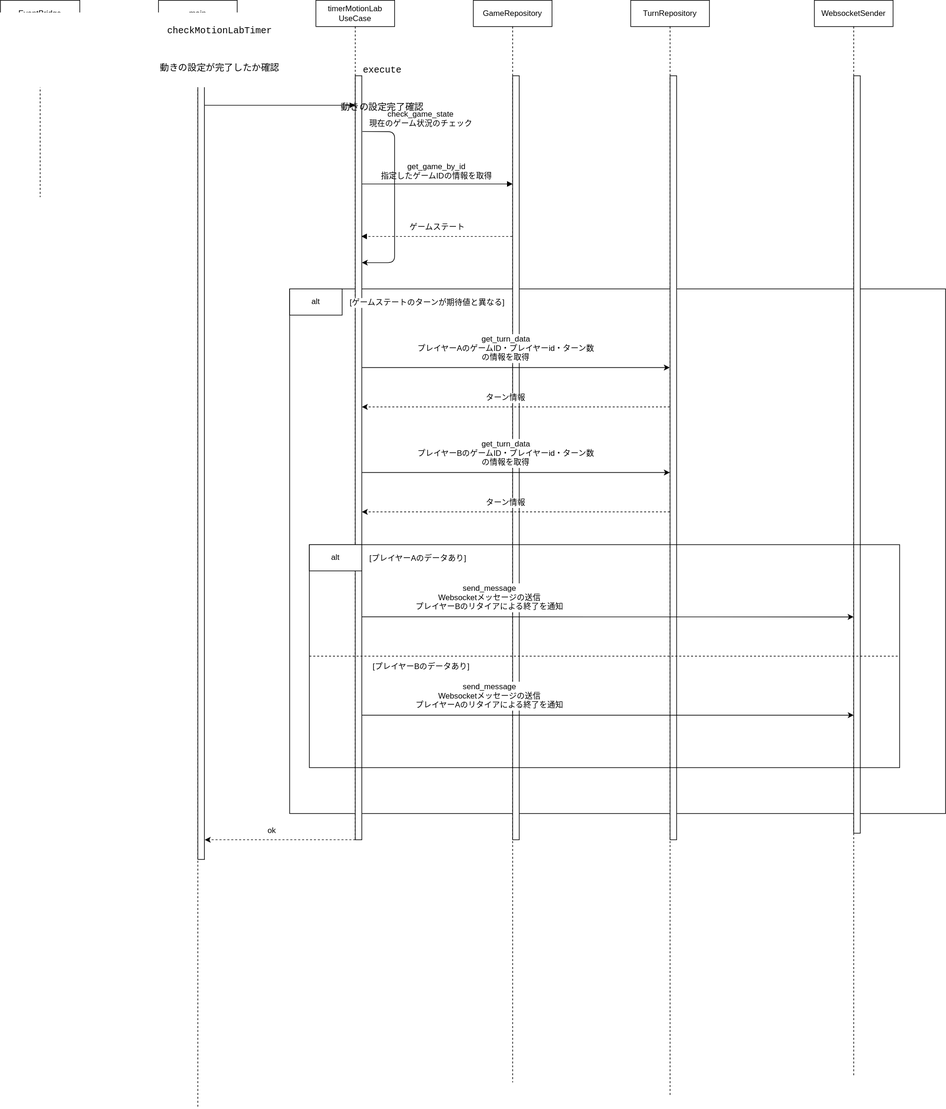
The draw.io diagram docs/03_詳細設計/シーケンス図/動きの設定締切タイマー.drawio.svg in pandapan-cute/TriggerGameCompose, before a commit. Source tidied: cells renumbered, new cells last; positions are measured from the earlier drawing's top-left corner, leaving out a move shared by most shapes.
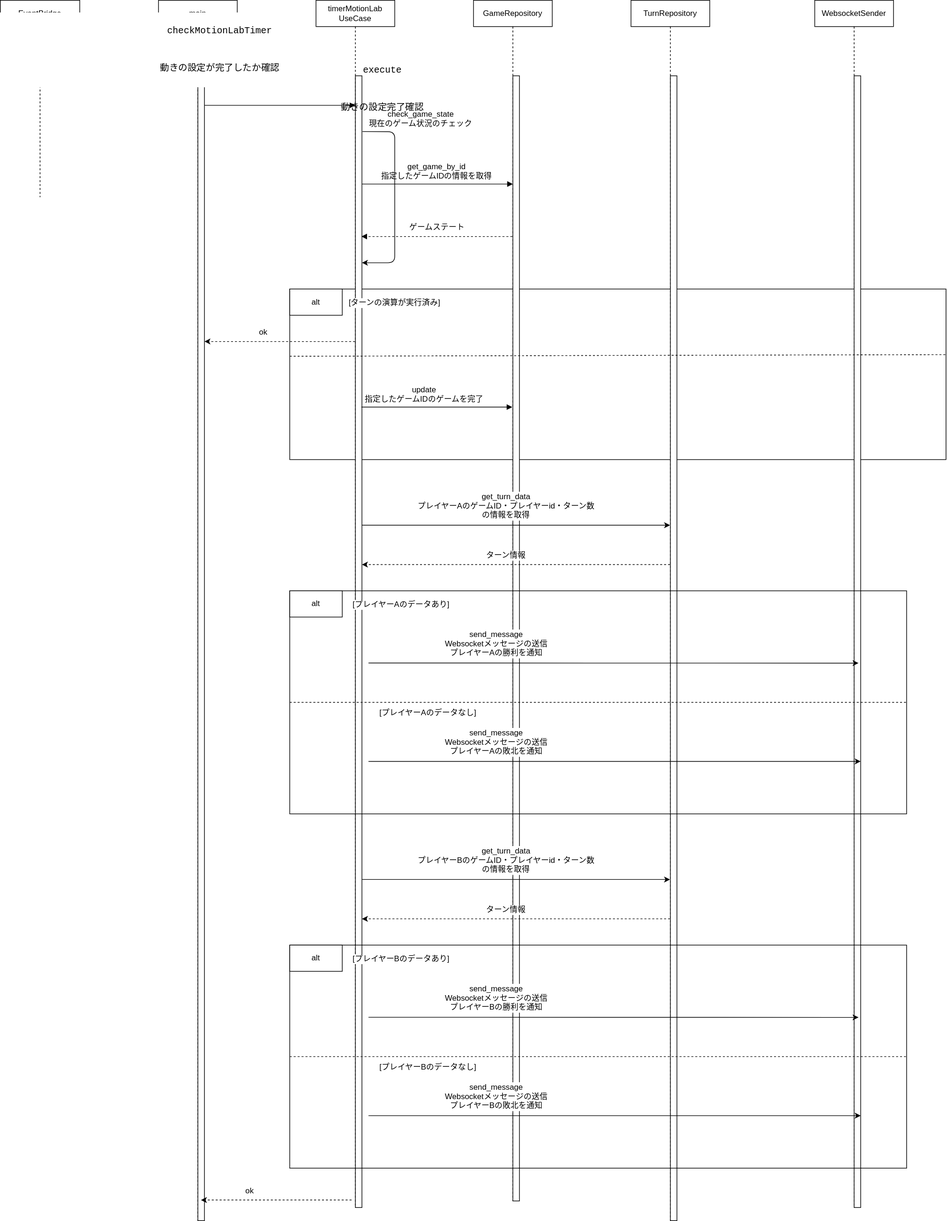
Later version of the same file.

Diff of the diagram source:
```diff
@@ -3,7 +3,7 @@
     <mxCell id="0" />
     <mxCell id="1" parent="0" />
     <mxCell id="2" style="rounded=0;whiteSpace=wrap;html=1;" parent="1" vertex="1">
-      <mxGeometry x="441" y="440" width="1000" height="800" as="geometry" />
+      <mxGeometry x="441" y="440" width="1000" height="260" as="geometry" />
     </mxCell>
     <mxCell id="3" value="alt" style="rounded=0;whiteSpace=wrap;html=1;" parent="1" vertex="1">
       <mxGeometry x="441" y="440" width="80" height="40" as="geometry" />
@@ -12,10 +12,10 @@
       <mxGeometry width="121" height="300" as="geometry" />
     </mxCell>
     <mxCell id="5" value="main" style="shape=umlLifeline;perimeter=lifelinePerimeter;whiteSpace=wrap;html=1;newEdgeStyle={&quot;edgeStyle&quot;:&quot;elbowEdgeStyle&quot;,&quot;elbow&quot;:&quot;vertical&quot;,&quot;curved&quot;:0,&quot;rounded&quot;:0};" parent="1" vertex="1">
-      <mxGeometry x="241" width="120" height="1690" as="geometry" />
+      <mxGeometry x="241" width="120" height="1860" as="geometry" />
     </mxCell>
     <mxCell id="6" style="html=1;points=[[0,0,0,0,5],[0,1,0,0,-5],[1,0,0,0,5],[1,1,0,0,-5]];perimeter=orthogonalPerimeter;outlineConnect=0;targetShapes=umlLifeline;portConstraint=eastwest;newEdgeStyle={&quot;curved&quot;:0,&quot;rounded&quot;:0};" parent="5" vertex="1">
-      <mxGeometry x="60" y="90" width="10" height="1220" as="geometry" />
+      <mxGeometry x="60" y="90" width="10" height="1770" as="geometry" />
     </mxCell>
     <mxCell id="7" style="html=1;verticalAlign=bottom;startArrow=oval;endArrow=block;startSize=8;curved=0;rounded=0;entryX=0;entryY=0;entryDx=0;entryDy=5;" parent="1" edge="1" source="4" target="6">
       <mxGeometry relative="1" as="geometry" />
@@ -24,10 +24,10 @@
       <mxGeometry x="61" y="50" width="210" height="50" as="geometry" />
     </mxCell>
     <mxCell id="9" value="timerMotionLab&#10;UseCase" style="shape=umlLifeline;perimeter=lifelinePerimeter;whiteSpace=wrap;newEdgeStyle={&quot;edgeStyle&quot;:&quot;elbowEdgeStyle&quot;,&quot;elbow&quot;:&quot;vertical&quot;,&quot;curved&quot;:0,&quot;rounded&quot;:0};" parent="1" vertex="1">
-      <mxGeometry x="481" width="120" height="1280" as="geometry" />
+      <mxGeometry x="481" width="120" height="1840" as="geometry" />
     </mxCell>
     <mxCell id="10" style="html=1;points=[[0,0,0,0,5],[0,1,0,0,-5],[1,0,0,0,5],[1,1,0,0,-5]];perimeter=orthogonalPerimeter;outlineConnect=0;targetShapes=umlLifeline;portConstraint=eastwest;newEdgeStyle={&quot;curved&quot;:0,&quot;rounded&quot;:0};" parent="9" vertex="1">
-      <mxGeometry x="60" y="115" width="10" height="1165" as="geometry" />
+      <mxGeometry x="60" y="115" width="10" height="1725" as="geometry" />
     </mxCell>
     <mxCell id="11" value="&lt;div style=&quot;font-family: &amp;quot;Droid Sans Mono&amp;quot;, monospace; font-size: 14px; line-height: 19px; white-space-collapse: preserve;&quot;&gt;execute&lt;/div&gt;&lt;div style=&quot;font-family: &amp;quot;Droid Sans Mono&amp;quot;, monospace; font-size: 14px; line-height: 19px; white-space-collapse: preserve;&quot;&gt;動きの設定完了確認&lt;/div&gt;" style="text;html=1;align=center;verticalAlign=middle;strokeColor=none;fillColor=none;fontColor=default;labelBackgroundColor=none;" parent="1" vertex="1">
       <mxGeometry x="339" y="110" width="150" height="50" as="geometry" />
@@ -38,10 +38,10 @@
       </mxGeometry>
     </mxCell>
     <mxCell id="13" value="GameRepository" style="shape=umlLifeline;perimeter=lifelinePerimeter;whiteSpace=wrap;newEdgeStyle={&quot;edgeStyle&quot;:&quot;elbowEdgeStyle&quot;,&quot;elbow&quot;:&quot;vertical&quot;,&quot;curved&quot;:0,&quot;rounded&quot;:0};" parent="1" vertex="1">
-      <mxGeometry x="721" width="120" height="1650" as="geometry" />
+      <mxGeometry x="721" width="120" height="1830" as="geometry" />
     </mxCell>
     <mxCell id="14" style="html=1;perimeter=orthogonalPerimeter;targetShapes=umlLifeline;newEdgeStyle={&quot;curved&quot;:0,&quot;rounded&quot;:0};" parent="13" vertex="1">
-      <mxGeometry x="60" y="115" width="10" height="1165" as="geometry" />
+      <mxGeometry x="60" y="115" width="10" height="1715" as="geometry" />
     </mxCell>
     <mxCell id="15" style="html=1;verticalAlign=bottom;startArrow=none;endArrow=block;startSize=8;curved=0;rounded=0;startFill=0;" parent="1" edge="1">
       <mxGeometry relative="1" as="geometry">
@@ -73,96 +73,153 @@
     <mxCell id="20" value="ゲームステート" style="text;align=center;verticalAlign=middle;strokeColor=none;fillColor=none;fontColor=default;labelBackgroundColor=none;" parent="1" vertex="1">
       <mxGeometry x="611" y="330" width="110" height="30" as="geometry" />
     </mxCell>
-    <mxCell id="21" value="[ゲームステートのターンが期待値と異なる]" style="text;align=center;verticalAlign=middle;strokeColor=none;fillColor=none;fontColor=default;labelBackgroundColor=default;" parent="1" vertex="1">
-      <mxGeometry x="521" y="445" width="260" height="30" as="geometry" />
+    <mxCell id="21" value="[ターンの演算が実行済み]" style="text;align=center;verticalAlign=middle;strokeColor=none;fillColor=none;fontColor=default;labelBackgroundColor=default;" parent="1" vertex="1">
+      <mxGeometry x="521" y="445" width="160" height="30" as="geometry" />
     </mxCell>
     <mxCell id="22" value="WebsocketSender" style="shape=umlLifeline;perimeter=lifelinePerimeter;whiteSpace=wrap;newEdgeStyle={&quot;edgeStyle&quot;:&quot;elbowEdgeStyle&quot;,&quot;elbow&quot;:&quot;vertical&quot;,&quot;curved&quot;:0,&quot;rounded&quot;:0};" parent="1" vertex="1">
-      <mxGeometry x="1241" width="120" height="1640" as="geometry" />
+      <mxGeometry x="1241" width="120" height="1840" as="geometry" />
     </mxCell>
     <mxCell id="23" style="html=1;perimeter=orthogonalPerimeter;targetShapes=umlLifeline;newEdgeStyle={&quot;curved&quot;:0,&quot;rounded&quot;:0};" parent="22" vertex="1">
-      <mxGeometry x="60" y="115" width="10" height="1155" as="geometry" />
+      <mxGeometry x="60" y="115" width="10" height="1725" as="geometry" />
     </mxCell>
     <mxCell id="24" style="endArrow=classic;html=1;" parent="1" edge="1">
       <mxGeometry relative="1" as="geometry">
-        <mxPoint x="551" y="560" as="sourcePoint" />
-        <mxPoint x="1020.5" y="560" as="targetPoint" />
+        <mxPoint x="551" y="800" as="sourcePoint" />
+        <mxPoint x="1020.5" y="800" as="targetPoint" />
       </mxGeometry>
     </mxCell>
     <mxCell id="25" value="TurnRepository" style="shape=umlLifeline;perimeter=lifelinePerimeter;whiteSpace=wrap;newEdgeStyle={&quot;edgeStyle&quot;:&quot;elbowEdgeStyle&quot;,&quot;elbow&quot;:&quot;vertical&quot;,&quot;curved&quot;:0,&quot;rounded&quot;:0};" parent="1" vertex="1">
-      <mxGeometry x="961" width="120" height="1670" as="geometry" />
+      <mxGeometry x="961" width="120" height="1860" as="geometry" />
     </mxCell>
     <mxCell id="26" style="html=1;perimeter=orthogonalPerimeter;targetShapes=umlLifeline;newEdgeStyle={&quot;curved&quot;:0,&quot;rounded&quot;:0};" parent="25" vertex="1">
-      <mxGeometry x="60" y="115" width="10" height="1165" as="geometry" />
+      <mxGeometry x="60" y="115" width="10" height="1745" as="geometry" />
     </mxCell>
     <mxCell id="27" value="get_turn_data&#10;プレイヤーAのゲームID・プレイヤーid・ターン数&#10;の情報を取得" style="text;align=center;verticalAlign=middle;strokeColor=none;fillColor=none;fontColor=default;labelBackgroundColor=default;" parent="1" vertex="1">
-      <mxGeometry x="626" y="500" width="290" height="60" as="geometry" />
+      <mxGeometry x="626" y="740" width="290" height="60" as="geometry" />
     </mxCell>
     <mxCell id="28" style="endArrow=classic;html=1;dashed=1;" parent="1" edge="1">
       <mxGeometry relative="1" as="geometry">
-        <mxPoint x="1020.5" y="620" as="sourcePoint" />
-        <mxPoint x="551" y="620" as="targetPoint" />
+        <mxPoint x="1020.5" y="860" as="sourcePoint" />
+        <mxPoint x="551" y="860" as="targetPoint" />
       </mxGeometry>
     </mxCell>
     <mxCell id="29" value="ターン情報" style="text;align=center;verticalAlign=middle;strokeColor=none;fillColor=none;fontColor=default;labelBackgroundColor=default;" parent="1" vertex="1">
-      <mxGeometry x="731" y="590" width="80" height="30" as="geometry" />
+      <mxGeometry x="731" y="830" width="80" height="30" as="geometry" />
     </mxCell>
     <mxCell id="30" style="endArrow=classic;html=1;" parent="1" edge="1">
       <mxGeometry relative="1" as="geometry">
-        <mxPoint x="551" y="720" as="sourcePoint" />
-        <mxPoint x="1020.5" y="720" as="targetPoint" />
+        <mxPoint x="551" y="1340" as="sourcePoint" />
+        <mxPoint x="1020.5" y="1340" as="targetPoint" />
       </mxGeometry>
     </mxCell>
     <mxCell id="31" value="get_turn_data&#10;プレイヤーBのゲームID・プレイヤーid・ターン数&#10;の情報を取得" style="text;align=center;verticalAlign=middle;strokeColor=none;fillColor=none;fontColor=default;labelBackgroundColor=default;" parent="1" vertex="1">
-      <mxGeometry x="626" y="660" width="290" height="60" as="geometry" />
+      <mxGeometry x="626" y="1280" width="290" height="60" as="geometry" />
     </mxCell>
     <mxCell id="32" style="endArrow=classic;html=1;dashed=1;" parent="1" edge="1">
       <mxGeometry relative="1" as="geometry">
-        <mxPoint x="1020.5" y="780" as="sourcePoint" />
-        <mxPoint x="551" y="780" as="targetPoint" />
+        <mxPoint x="1020.5" y="1400" as="sourcePoint" />
+        <mxPoint x="551" y="1400" as="targetPoint" />
       </mxGeometry>
     </mxCell>
     <mxCell id="33" value="ターン情報" style="text;align=center;verticalAlign=middle;strokeColor=none;fillColor=none;fontColor=default;labelBackgroundColor=default;" parent="1" vertex="1">
-      <mxGeometry x="731" y="750" width="80" height="30" as="geometry" />
+      <mxGeometry x="731" y="1370" width="80" height="30" as="geometry" />
     </mxCell>
     <mxCell id="34" style="rounded=0;whiteSpace=wrap;html=1;fillColor=none;" parent="1" vertex="1">
-      <mxGeometry x="471" y="830" width="900" height="340" as="geometry" />
+      <mxGeometry x="441" y="900" width="940" height="340" as="geometry" />
     </mxCell>
-    <mxCell id="35" value="send_message&#10;Websocketメッセージの送信&#10;プレイヤーBのリタイアによる終了を通知" style="text;align=center;verticalAlign=middle;strokeColor=none;fillColor=none;fontColor=default;labelBackgroundColor=default;" parent="1" vertex="1">
-      <mxGeometry x="621" y="880" width="250" height="60" as="geometry" />
+    <mxCell id="35" value="send_message&#10;Websocketメッセージの送信&#10;プレイヤーAの勝利を通知" style="text;align=center;verticalAlign=middle;strokeColor=none;fillColor=none;fontColor=default;labelBackgroundColor=default;" parent="1" vertex="1">
+      <mxGeometry x="666" y="950" width="180" height="60" as="geometry" />
     </mxCell>
     <mxCell id="36" value="alt" style="rounded=0;whiteSpace=wrap;html=1;" parent="1" vertex="1">
-      <mxGeometry x="471" y="830" width="80" height="40" as="geometry" />
+      <mxGeometry x="441" y="900" width="80" height="40" as="geometry" />
     </mxCell>
     <mxCell id="37" value="[プレイヤーAのデータあり]" style="text;align=left;verticalAlign=middle;strokeColor=none;fillColor=none;fontColor=default;labelBackgroundColor=default;" parent="1" vertex="1">
-      <mxGeometry x="561" y="835" width="170" height="30" as="geometry" />
+      <mxGeometry x="535.1" y="905" width="170" height="30" as="geometry" />
     </mxCell>
     <mxCell id="38" style="endArrow=classic;html=1;entryX=0.922;entryY=0.324;entryDx=0;entryDy=0;entryPerimeter=0;" parent="1" edge="1" target="34">
       <mxGeometry relative="1" as="geometry">
-        <mxPoint x="551" y="940" as="sourcePoint" />
+        <mxPoint x="561" y="1010" as="sourcePoint" />
       </mxGeometry>
     </mxCell>
     <mxCell id="39" style="endArrow=none;dashed=1;html=1;exitX=0;exitY=0.5;exitDx=0;exitDy=0;entryX=1;entryY=0.5;entryDx=0;entryDy=0;" parent="1" edge="1" source="34" target="34">
       <mxGeometry relative="1" as="geometry" />
     </mxCell>
-    <mxCell id="40" value="[プレイヤーBのデータあり]" style="text;align=left;verticalAlign=middle;strokeColor=none;fillColor=none;fontColor=default;labelBackgroundColor=default;" parent="1" vertex="1">
-      <mxGeometry x="566" y="1000" width="170" height="30" as="geometry" />
+    <mxCell id="40" value="[プレイヤーAのデータなし]" style="text;align=left;verticalAlign=middle;strokeColor=none;fillColor=none;fontColor=default;labelBackgroundColor=default;" parent="1" vertex="1">
+      <mxGeometry x="576" y="1070" width="170" height="30" as="geometry" />
     </mxCell>
-    <mxCell id="41" value="send_message&#10;Websocketメッセージの送信&#10;プレイヤーAのリタイアによる終了を通知" style="text;align=center;verticalAlign=middle;strokeColor=none;fillColor=none;fontColor=default;labelBackgroundColor=default;" parent="1" vertex="1">
-      <mxGeometry x="621" y="1030" width="250" height="60" as="geometry" />
+    <mxCell id="41" value="send_message&#10;Websocketメッセージの送信&#10;プレイヤーAの敗北を通知" style="text;align=center;verticalAlign=middle;strokeColor=none;fillColor=none;fontColor=default;labelBackgroundColor=default;" parent="1" vertex="1">
+      <mxGeometry x="666" y="1100" width="180" height="60" as="geometry" />
     </mxCell>
     <mxCell id="42" style="endArrow=classic;html=1;entryX=0.922;entryY=0.324;entryDx=0;entryDy=0;entryPerimeter=0;" parent="1" edge="1">
       <mxGeometry relative="1" as="geometry">
-        <mxPoint x="551" y="1090" as="sourcePoint" />
-        <mxPoint x="1301" y="1090" as="targetPoint" />
+        <mxPoint x="561" y="1160" as="sourcePoint" />
+        <mxPoint x="1311" y="1160" as="targetPoint" />
       </mxGeometry>
     </mxCell>
-    <mxCell id="43" style="endArrow=classic;html=1;dashed=1;" parent="1" edge="1" source="10">
+    <mxCell id="43" style="endArrow=classic;html=1;dashed=1;" parent="1" edge="1">
       <mxGeometry relative="1" as="geometry">
-        <mxPoint x="311.5" y="1280" as="targetPoint" />
+        <mxPoint x="535.1" y="1828.6" as="sourcePoint" />
+        <mxPoint x="305.6" y="1828.6" as="targetPoint" />
       </mxGeometry>
     </mxCell>
     <mxCell id="44" value="ok" style="text;align=center;verticalAlign=middle;strokeColor=none;fillColor=none;fontColor=default;labelBackgroundColor=default;" parent="1" vertex="1">
-      <mxGeometry x="394" y="1250" width="40" height="30" as="geometry" />
+      <mxGeometry x="360.1" y="1798.6" width="40" height="30" as="geometry" />
     </mxCell>
+    <mxCell id="45" style="endArrow=none;dashed=1;html=1;exitX=0;exitY=0.5;exitDx=0;exitDy=0;entryX=1;entryY=0.75;entryDx=0;entryDy=0;" parent="1" edge="1">
+      <mxGeometry relative="1" as="geometry">
+        <mxPoint x="441" y="542.5" as="sourcePoint" />
+        <mxPoint x="1441" y="540" as="targetPoint" />
+      </mxGeometry>
+    </mxCell>
+    <mxCell id="46" style="endArrow=classic;html=1;dashed=1;" parent="1" edge="1">
+      <mxGeometry relative="1" as="geometry">
+        <mxPoint x="540.5" y="520" as="sourcePoint" />
+        <mxPoint x="311" y="520" as="targetPoint" />
+      </mxGeometry>
+    </mxCell>
+    <mxCell id="47" value="ok" style="text;align=center;verticalAlign=middle;strokeColor=none;fillColor=none;fontColor=default;labelBackgroundColor=default;" parent="1" vertex="1">
+      <mxGeometry x="381" y="490" width="40" height="30" as="geometry" />
+    </mxCell>
+    <mxCell id="48" value="update&#10;指定したゲームIDのゲームを完了" style="text;align=center;verticalAlign=middle;strokeColor=none;fillColor=none;fontColor=default;labelBackgroundColor=none;" parent="1" vertex="1">
+      <mxGeometry x="546" y="580" width="200" height="40" as="geometry" />
+    </mxCell>
+    <mxCell id="49" style="html=1;verticalAlign=bottom;startArrow=none;endArrow=block;startSize=8;curved=0;rounded=0;startFill=0;" parent="1" edge="1">
+      <mxGeometry relative="1" as="geometry">
+        <mxPoint x="550.1" y="620" as="sourcePoint" />
+        <mxPoint x="780.1" y="620" as="targetPoint" />
+      </mxGeometry>
+    </mxCell>
+    <mxCell id="50" style="rounded=0;whiteSpace=wrap;html=1;fillColor=none;" parent="1" vertex="1">
+      <mxGeometry x="441" y="1440" width="940" height="340" as="geometry" />
+    </mxCell>
+    <mxCell id="51" value="send_message&#10;Websocketメッセージの送信&#10;プレイヤーBの勝利を通知" style="text;align=center;verticalAlign=middle;strokeColor=none;fillColor=none;fontColor=default;labelBackgroundColor=default;" parent="1" vertex="1">
+      <mxGeometry x="666" y="1490" width="180" height="60" as="geometry" />
+    </mxCell>
+    <mxCell id="52" value="alt" style="rounded=0;whiteSpace=wrap;html=1;" parent="1" vertex="1">
+      <mxGeometry x="441" y="1440" width="80" height="40" as="geometry" />
+    </mxCell>
+    <mxCell id="53" value="[プレイヤーBのデータあり]" style="text;align=left;verticalAlign=middle;strokeColor=none;fillColor=none;fontColor=default;labelBackgroundColor=default;" parent="1" vertex="1">
+      <mxGeometry x="535.1" y="1445" width="170" height="30" as="geometry" />
+    </mxCell>
+    <mxCell id="54" style="endArrow=classic;html=1;entryX=0.922;entryY=0.324;entryDx=0;entryDy=0;entryPerimeter=0;" parent="1" edge="1" target="50">
+      <mxGeometry relative="1" as="geometry">
+        <mxPoint x="561" y="1550" as="sourcePoint" />
+      </mxGeometry>
+    </mxCell>
+    <mxCell id="55" style="endArrow=none;dashed=1;html=1;exitX=0;exitY=0.5;exitDx=0;exitDy=0;entryX=1;entryY=0.5;entryDx=0;entryDy=0;" parent="1" edge="1" source="50" target="50">
+      <mxGeometry relative="1" as="geometry" />
+    </mxCell>
+    <mxCell id="56" value="[プレイヤーBのデータなし]" style="text;align=left;verticalAlign=middle;strokeColor=none;fillColor=none;fontColor=default;labelBackgroundColor=default;" parent="1" vertex="1">
+      <mxGeometry x="576" y="1610" width="170" height="30" as="geometry" />
+    </mxCell>
+    <mxCell id="57" value="send_message&#10;Websocketメッセージの送信&#10;プレイヤーBの敗北を通知" style="text;align=center;verticalAlign=middle;strokeColor=none;fillColor=none;fontColor=default;labelBackgroundColor=default;" parent="1" vertex="1">
+      <mxGeometry x="666" y="1640" width="180" height="60" as="geometry" />
+    </mxCell>
+    <mxCell id="58" style="endArrow=classic;html=1;entryX=0.922;entryY=0.324;entryDx=0;entryDy=0;entryPerimeter=0;" parent="1" edge="1">
+      <mxGeometry relative="1" as="geometry">
+        <mxPoint x="561" y="1700" as="sourcePoint" />
+        <mxPoint x="1311" y="1700" as="targetPoint" />
+      </mxGeometry>
+    </mxCell>
   </root>
 </mxGraphModel>
```
